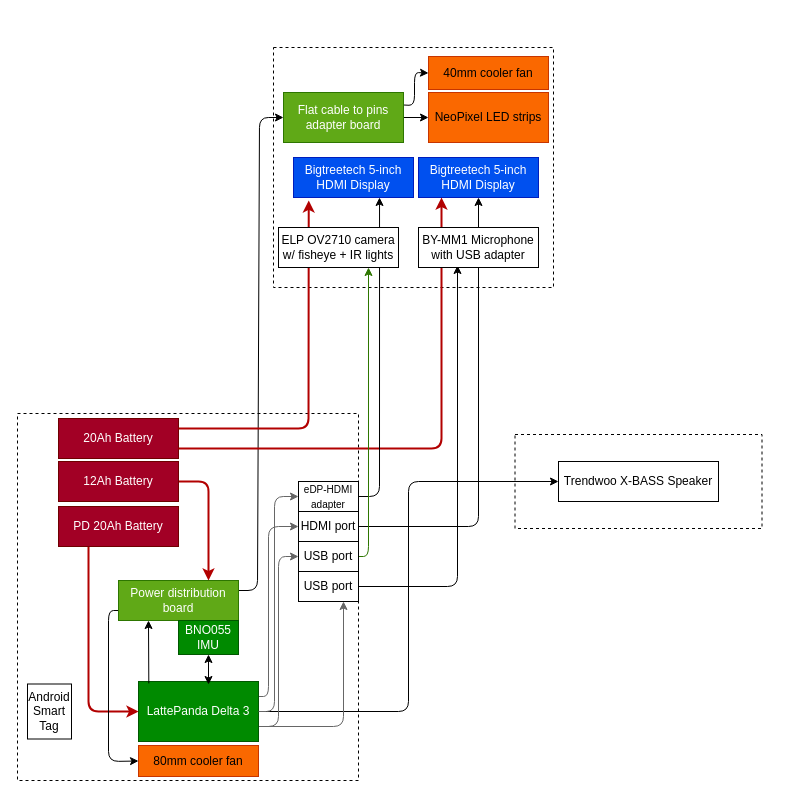
The draw.io diagram Planning/Hardware.drawio in MekhyW/DYNAMO-Electronic_Fursuit-2.0, before the edit. Source tidied: cells renumbered, new cells numbered last; positions are measured from the earlier drawing's top-left corner, leaving out a move shared by most shapes. Both pictures are drawn from the tidied source at 100%, with x=0, y=0 at pixel (17, 47).
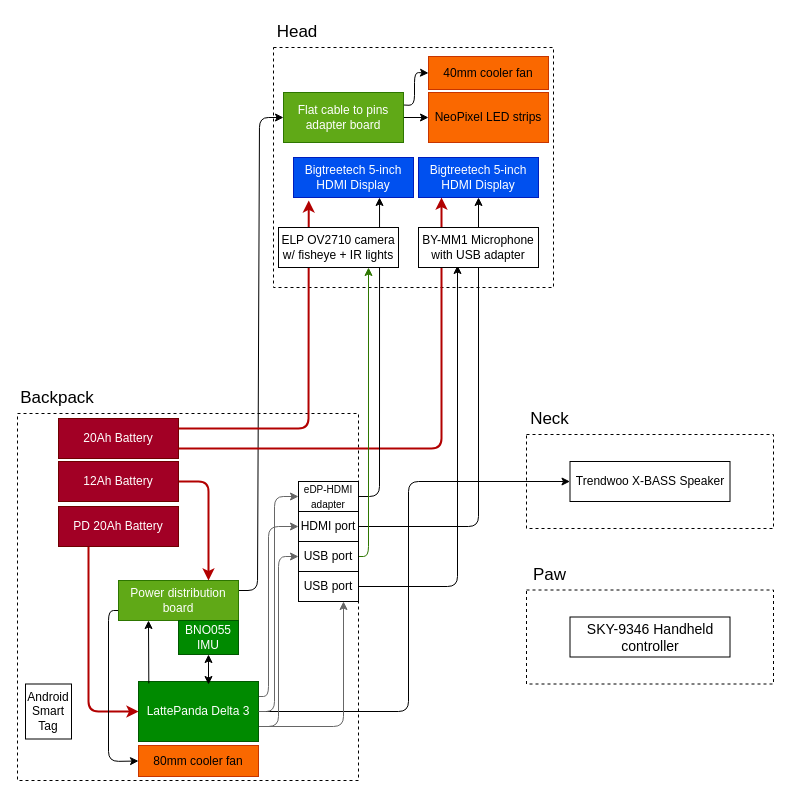
The same page after the edit.

Commit message (it also covers changes not shown here):
Update Hardware diagram

Change to the diagram source:
```diff
@@
     <mxCell id="2" style="rounded=0;whiteSpace=wrap;html=1;dashed=1;" parent="1" vertex="1">
-      <mxGeometry x="497.5" y="387" width="247" height="94" as="geometry" />
+      <mxGeometry x="509" y="387" width="247" height="94" as="geometry" />
     </mxCell>
@@
     <mxCell id="39" value="&lt;font style=&quot;&quot;&gt;Trendwoo X-BASS Speaker&lt;/font&gt;" style="rounded=0;whiteSpace=wrap;html=1;" parent="1" vertex="1">
-      <mxGeometry x="541" y="414" width="160" height="40" as="geometry" />
+      <mxGeometry x="552.5" y="414" width="160" height="40" as="geometry" />
     </mxCell>
@@
     <mxCell id="42" value="Android Smart Tag" style="rounded=0;whiteSpace=wrap;html=1;" parent="1" vertex="1">
-      <mxGeometry x="10" y="636.5" width="44" height="55" as="geometry" />
+      <mxGeometry x="8" y="636.5" width="46" height="55" as="geometry" />
     </mxCell>
@@
+    <mxCell id="44" style="rounded=0;whiteSpace=wrap;html=1;dashed=1;" parent="1" vertex="1">
+      <mxGeometry x="509" y="542.5" width="247" height="94" as="geometry" />
+    </mxCell>
+    <mxCell id="45" value="&lt;font style=&quot;font-size: 14px;&quot;&gt;SKY-9346 Handheld controller&lt;/font&gt;" style="rounded=0;whiteSpace=wrap;html=1;" parent="1" vertex="1">
+      <mxGeometry x="552.5" y="569.5" width="160" height="40" as="geometry" />
+    </mxCell>
+    <mxCell id="46" value="&lt;font style=&quot;font-size: 17px;&quot;&gt;Head&lt;/font&gt;" style="text;html=1;align=center;verticalAlign=middle;whiteSpace=wrap;rounded=0;" parent="1" vertex="1">
+      <mxGeometry x="256" y="-30" width="48" height="30" as="geometry" />
+    </mxCell>
+    <mxCell id="47" value="&lt;font style=&quot;font-size: 17px;&quot;&gt;Backpack&lt;/font&gt;" style="text;html=1;align=center;verticalAlign=middle;whiteSpace=wrap;rounded=0;" parent="1" vertex="1">
+      <mxGeometry y="336" width="80" height="30" as="geometry" />
+    </mxCell>
+    <mxCell id="48" value="&lt;font style=&quot;font-size: 17px;&quot;&gt;Neck&lt;/font&gt;" style="text;html=1;align=center;verticalAlign=middle;whiteSpace=wrap;rounded=0;" parent="1" vertex="1">
+      <mxGeometry x="509" y="357" width="46.5" height="30" as="geometry" />
+    </mxCell>
+    <mxCell id="49" value="&lt;font style=&quot;font-size: 17px;&quot;&gt;Paw&lt;/font&gt;" style="text;html=1;align=center;verticalAlign=middle;whiteSpace=wrap;rounded=0;" parent="1" vertex="1">
+      <mxGeometry x="509" y="512.5" width="46.5" height="30" as="geometry" />
+    </mxCell>
```
